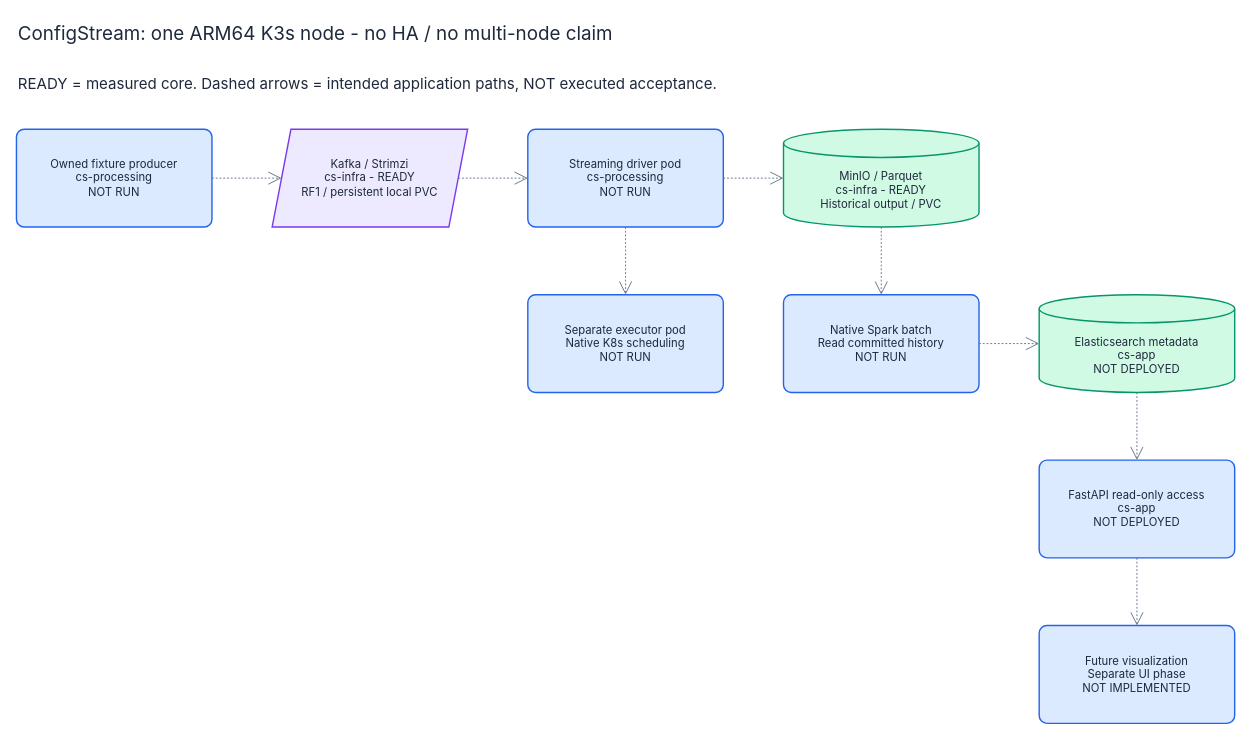
Before: docs/figures/kubernetes-architecture.drawio in DucDung-1107/ConfigStream, a draw.io diagram. Source tidied: cells renumbered, new cells numbered last; positions are measured from the earlier drawing's top-left corner, leaving out a move shared by most shapes. Both pictures are drawn from the tidied source at 94%, with x=0, y=0 at pixel (16, 16).
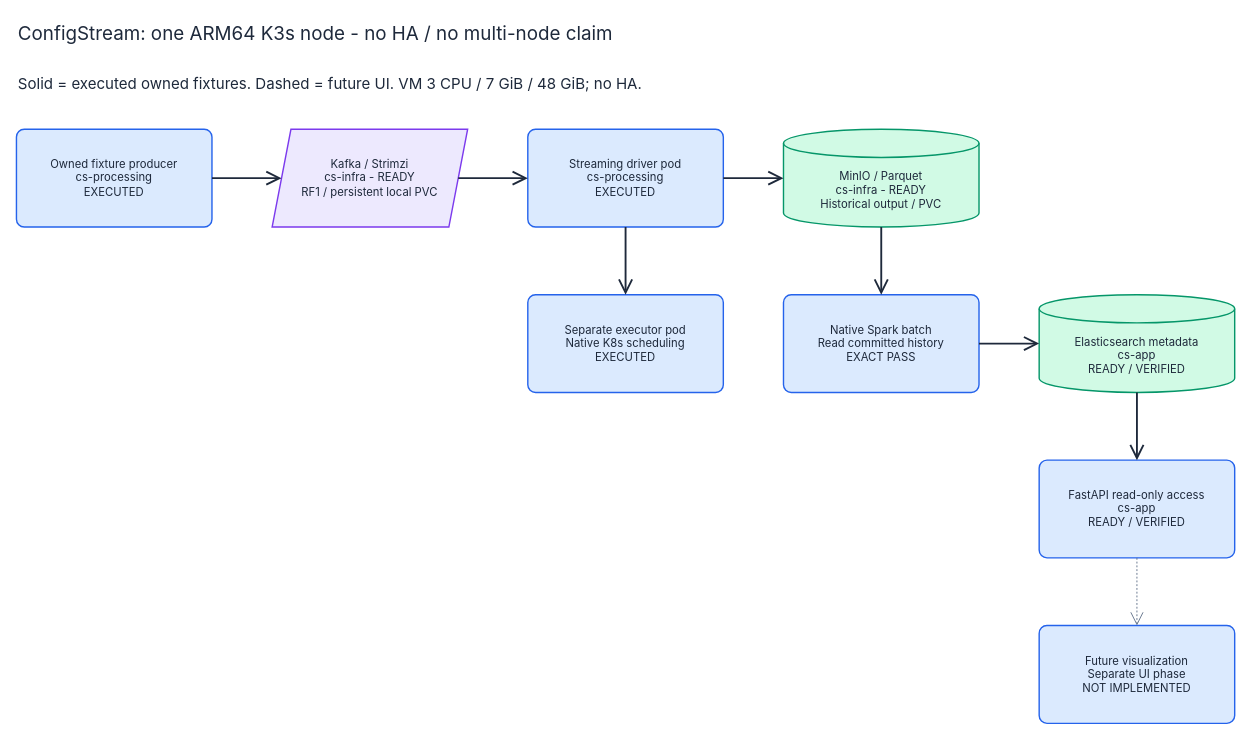
The same page after the edit.

The change refers to these unchanged cells:
```xml
<mxCell id="5" value="Kafka / Strimzi&lt;br&gt;cs-infra - READY&lt;br&gt;RF1 / persistent local PVC" style="shape=parallelogram;perimeter=parallelogramPerimeter;fixedSize=1;html=1;whiteSpace=wrap;fillColor=#EDE9FE;strokeColor=#7C3AED;strokeWidth=1.5;fontColor=#1E293B;fontSize=12;fontFamily=Inter, Roboto, system-ui, -apple-system, sans-serif;verticalAlign=middle;align=center;" parent="1" vertex="1">
  <mxGeometry x="272" y="120" width="208" height="104" as="geometry" />
</mxCell>
<mxCell id="8" value="MinIO / Parquet&lt;br&gt;cs-infra - READY&lt;br&gt;Historical output / PVC" style="shape=cylinder3;boundedLbl=1;backgroundOutline=1;size=15;html=1;whiteSpace=wrap;fillColor=#D1FAE5;strokeColor=#059669;strokeWidth=1.5;fontColor=#1E293B;fontSize=12;fontFamily=Inter, Roboto, system-ui, -apple-system, sans-serif;verticalAlign=middle;align=center;" parent="1" vertex="1">
  <mxGeometry x="816" y="120" width="208" height="104" as="geometry" />
</mxCell>
```

The edit, as a diff of the source:
```diff
@@
-    <mxCell id="3" value="READY = measured core. Dashed arrows = intended application paths, NOT executed acceptance." style="text;html=1;whiteSpace=wrap;labelBackgroundColor=none;fillColor=none;strokeColor=none;strokeWidth=0;fontColor=#1E293B;fontSize=16;fontFamily=Inter, Roboto, system-ui, -apple-system, sans-serif;align=left;verticalAlign=top;" parent="1" vertex="1">
+    <mxCell id="3" value="Solid = executed owned fixtures. Dashed = future UI. VM 3 CPU / 7 GiB / 48 GiB; no HA." style="text;html=1;whiteSpace=wrap;labelBackgroundColor=none;fillColor=none;strokeColor=none;strokeWidth=0;fontColor=#1E293B;fontSize=16;fontFamily=Inter, Roboto, system-ui, -apple-system, sans-serif;align=left;verticalAlign=top;" parent="1" vertex="1">
       <mxGeometry y="56" width="1296" height="32" as="geometry" />
     </mxCell>
-    <mxCell id="4" value="Owned fixture producer&lt;br&gt;cs-processing&lt;br&gt;NOT RUN" style="rounded=1;arcSize=8;html=1;whiteSpace=wrap;fillColor=#DBEAFE;strokeColor=#2563EB;strokeWidth=1.5;fontColor=#1E293B;fontSize=12;fontFamily=Inter, Roboto, system-ui, -apple-system, sans-serif;verticalAlign=middle;align=center;" parent="1" vertex="1">
+    <mxCell id="4" value="Owned fixture producer&lt;br&gt;cs-processing&lt;br&gt;EXECUTED" style="rounded=1;arcSize=8;html=1;whiteSpace=wrap;fillColor=#DBEAFE;strokeColor=#2563EB;strokeWidth=1.5;fontColor=#1E293B;fontSize=12;fontFamily=Inter, Roboto, system-ui, -apple-system, sans-serif;verticalAlign=middle;align=center;" parent="1" vertex="1">
       <mxGeometry y="120" width="208" height="104" as="geometry" />
     </mxCell>
@@
-    <mxCell id="6" value="Streaming driver pod&lt;br&gt;cs-processing&lt;br&gt;NOT RUN" style="rounded=1;arcSize=8;html=1;whiteSpace=wrap;fillColor=#DBEAFE;strokeColor=#2563EB;strokeWidth=1.5;fontColor=#1E293B;fontSize=12;fontFamily=Inter, Roboto, system-ui, -apple-system, sans-serif;verticalAlign=middle;align=center;" parent="1" vertex="1">
+    <mxCell id="6" value="Streaming driver pod&lt;br&gt;cs-processing&lt;br&gt;EXECUTED" style="rounded=1;arcSize=8;html=1;whiteSpace=wrap;fillColor=#DBEAFE;strokeColor=#2563EB;strokeWidth=1.5;fontColor=#1E293B;fontSize=12;fontFamily=Inter, Roboto, system-ui, -apple-system, sans-serif;verticalAlign=middle;align=center;" parent="1" vertex="1">
       <mxGeometry x="544" y="120" width="208" height="104" as="geometry" />
     </mxCell>
-    <mxCell id="7" value="Separate executor pod&lt;br&gt;Native K8s scheduling&lt;br&gt;NOT RUN" style="rounded=1;arcSize=8;html=1;whiteSpace=wrap;fillColor=#DBEAFE;strokeColor=#2563EB;strokeWidth=1.5;fontColor=#1E293B;fontSize=12;fontFamily=Inter, Roboto, system-ui, -apple-system, sans-serif;verticalAlign=middle;align=center;" parent="1" vertex="1">
+    <mxCell id="7" value="Separate executor pod&lt;br&gt;Native K8s scheduling&lt;br&gt;EXECUTED" style="rounded=1;arcSize=8;html=1;whiteSpace=wrap;fillColor=#DBEAFE;strokeColor=#2563EB;strokeWidth=1.5;fontColor=#1E293B;fontSize=12;fontFamily=Inter, Roboto, system-ui, -apple-system, sans-serif;verticalAlign=middle;align=center;" parent="1" vertex="1">
       <mxGeometry x="544" y="296" width="208" height="104" as="geometry" />
     </mxCell>
@@
-    <mxCell id="9" value="Native Spark batch&lt;br&gt;Read committed history&lt;br&gt;NOT RUN" style="rounded=1;arcSize=8;html=1;whiteSpace=wrap;fillColor=#DBEAFE;strokeColor=#2563EB;strokeWidth=1.5;fontColor=#1E293B;fontSize=12;fontFamily=Inter, Roboto, system-ui, -apple-system, sans-serif;verticalAlign=middle;align=center;" parent="1" vertex="1">
+    <mxCell id="9" value="Native Spark batch&lt;br&gt;Read committed history&lt;br&gt;EXACT PASS" style="rounded=1;arcSize=8;html=1;whiteSpace=wrap;fillColor=#DBEAFE;strokeColor=#2563EB;strokeWidth=1.5;fontColor=#1E293B;fontSize=12;fontFamily=Inter, Roboto, system-ui, -apple-system, sans-serif;verticalAlign=middle;align=center;" parent="1" vertex="1">
       <mxGeometry x="816" y="296" width="208" height="104" as="geometry" />
     </mxCell>
-    <mxCell id="10" value="Elasticsearch metadata&lt;br&gt;cs-app&lt;br&gt;NOT DEPLOYED" style="shape=cylinder3;boundedLbl=1;backgroundOutline=1;size=15;html=1;whiteSpace=wrap;fillColor=#D1FAE5;strokeColor=#059669;strokeWidth=1.5;fontColor=#1E293B;fontSize=12;fontFamily=Inter, Roboto, system-ui, -apple-system, sans-serif;verticalAlign=middle;align=center;" parent="1" vertex="1">
+    <mxCell id="10" value="Elasticsearch metadata&lt;br&gt;cs-app&lt;br&gt;READY / VERIFIED" style="shape=cylinder3;boundedLbl=1;backgroundOutline=1;size=15;html=1;whiteSpace=wrap;fillColor=#D1FAE5;strokeColor=#059669;strokeWidth=1.5;fontColor=#1E293B;fontSize=12;fontFamily=Inter, Roboto, system-ui, -apple-system, sans-serif;verticalAlign=middle;align=center;" parent="1" vertex="1">
       <mxGeometry x="1088" y="296" width="208" height="104" as="geometry" />
     </mxCell>
-    <mxCell id="11" value="FastAPI read-only access&lt;br&gt;cs-app&lt;br&gt;NOT DEPLOYED" style="rounded=1;arcSize=8;html=1;whiteSpace=wrap;fillColor=#DBEAFE;strokeColor=#2563EB;strokeWidth=1.5;fontColor=#1E293B;fontSize=12;fontFamily=Inter, Roboto, system-ui, -apple-system, sans-serif;verticalAlign=middle;align=center;" parent="1" vertex="1">
+    <mxCell id="11" value="FastAPI read-only access&lt;br&gt;cs-app&lt;br&gt;READY / VERIFIED" style="rounded=1;arcSize=8;html=1;whiteSpace=wrap;fillColor=#DBEAFE;strokeColor=#2563EB;strokeWidth=1.5;fontColor=#1E293B;fontSize=12;fontFamily=Inter, Roboto, system-ui, -apple-system, sans-serif;verticalAlign=middle;align=center;" parent="1" vertex="1">
       <mxGeometry x="1088" y="472" width="208" height="104" as="geometry" />
     </mxCell>
@@
-    <mxCell id="13" style="edgeStyle=orthogonalEdgeStyle;rounded=0;jettySize=auto;html=1;strokeColor=#64748B;strokeWidth=1;endArrow=open;endFill=0;endSize=12;exitX=1;exitY=0.5;exitDx=0;exitDy=0;entryX=0;entryY=0.5;entryDx=0;entryDy=0;dashed=1;dashPattern=2 2;jumpStyle=arc;jumpSize=8;" parent="1" edge="1" source="4" target="5">
+    <mxCell id="13" style="edgeStyle=orthogonalEdgeStyle;rounded=0;jettySize=auto;html=1;strokeColor=#1E293B;strokeWidth=2;endArrow=open;endFill=0;endSize=12;exitX=1;exitY=0.5;exitDx=0;exitDy=0;entryX=0;entryY=0.5;entryDx=0;entryDy=0;jumpStyle=arc;jumpSize=8;" parent="1" edge="1" source="4" target="5">
       <mxGeometry relative="1" as="geometry" />
     </mxCell>
-    <mxCell id="14" style="edgeStyle=orthogonalEdgeStyle;rounded=0;jettySize=auto;html=1;strokeColor=#64748B;strokeWidth=1;endArrow=open;endFill=0;endSize=12;exitX=1;exitY=0.5;exitDx=0;exitDy=0;entryX=0;entryY=0.5;entryDx=0;entryDy=0;dashed=1;dashPattern=2 2;jumpStyle=arc;jumpSize=8;" parent="1" edge="1" source="5" target="6">
+    <mxCell id="14" style="edgeStyle=orthogonalEdgeStyle;rounded=0;jettySize=auto;html=1;strokeColor=#1E293B;strokeWidth=2;endArrow=open;endFill=0;endSize=12;exitX=1;exitY=0.5;exitDx=0;exitDy=0;entryX=0;entryY=0.5;entryDx=0;entryDy=0;jumpStyle=arc;jumpSize=8;" parent="1" edge="1" source="5" target="6">
       <mxGeometry relative="1" as="geometry" />
     </mxCell>
-    <mxCell id="15" style="edgeStyle=orthogonalEdgeStyle;rounded=0;jettySize=auto;html=1;strokeColor=#64748B;strokeWidth=1;endArrow=open;endFill=0;endSize=12;exitX=0.5;exitY=1;exitDx=0;exitDy=0;entryX=0.5;entryY=0;entryDx=0;entryDy=0;dashed=1;dashPattern=2 2;jumpStyle=arc;jumpSize=8;" parent="1" edge="1" source="6" target="7">
+    <mxCell id="15" style="edgeStyle=orthogonalEdgeStyle;rounded=0;jettySize=auto;html=1;strokeColor=#1E293B;strokeWidth=2;endArrow=open;endFill=0;endSize=12;exitX=0.5;exitY=1;exitDx=0;exitDy=0;entryX=0.5;entryY=0;entryDx=0;entryDy=0;jumpStyle=arc;jumpSize=8;" parent="1" edge="1" source="6" target="7">
       <mxGeometry relative="1" as="geometry" />
     </mxCell>
-    <mxCell id="16" style="edgeStyle=orthogonalEdgeStyle;rounded=0;jettySize=auto;html=1;strokeColor=#64748B;strokeWidth=1;endArrow=open;endFill=0;endSize=12;exitX=1;exitY=0.5;exitDx=0;exitDy=0;entryX=0;entryY=0.5;entryDx=0;entryDy=0;dashed=1;dashPattern=2 2;jumpStyle=arc;jumpSize=8;" parent="1" edge="1" source="6" target="8">
+    <mxCell id="16" style="edgeStyle=orthogonalEdgeStyle;rounded=0;jettySize=auto;html=1;strokeColor=#1E293B;strokeWidth=2;endArrow=open;endFill=0;endSize=12;exitX=1;exitY=0.5;exitDx=0;exitDy=0;entryX=0;entryY=0.5;entryDx=0;entryDy=0;jumpStyle=arc;jumpSize=8;" parent="1" edge="1" source="6" target="8">
       <mxGeometry relative="1" as="geometry" />
     </mxCell>
-    <mxCell id="17" style="edgeStyle=orthogonalEdgeStyle;rounded=0;jettySize=auto;html=1;strokeColor=#64748B;strokeWidth=1;endArrow=open;endFill=0;endSize=12;exitX=0.5;exitY=1;exitDx=0;exitDy=0;entryX=0.5;entryY=0;entryDx=0;entryDy=0;dashed=1;dashPattern=2 2;jumpStyle=arc;jumpSize=8;" parent="1" edge="1" source="8" target="9">
+    <mxCell id="17" style="edgeStyle=orthogonalEdgeStyle;rounded=0;jettySize=auto;html=1;strokeColor=#1E293B;strokeWidth=2;endArrow=open;endFill=0;endSize=12;exitX=0.5;exitY=1;exitDx=0;exitDy=0;entryX=0.5;entryY=0;entryDx=0;entryDy=0;jumpStyle=arc;jumpSize=8;" parent="1" edge="1" source="8" target="9">
       <mxGeometry relative="1" as="geometry" />
     </mxCell>
-    <mxCell id="18" style="edgeStyle=orthogonalEdgeStyle;rounded=0;jettySize=auto;html=1;strokeColor=#64748B;strokeWidth=1;endArrow=open;endFill=0;endSize=12;exitX=1;exitY=0.5;exitDx=0;exitDy=0;entryX=0;entryY=0.5;entryDx=0;entryDy=0;dashed=1;dashPattern=2 2;jumpStyle=arc;jumpSize=8;" parent="1" edge="1" source="9" target="10">
+    <mxCell id="18" style="edgeStyle=orthogonalEdgeStyle;rounded=0;jettySize=auto;html=1;strokeColor=#1E293B;strokeWidth=2;endArrow=open;endFill=0;endSize=12;exitX=1;exitY=0.5;exitDx=0;exitDy=0;entryX=0;entryY=0.5;entryDx=0;entryDy=0;jumpStyle=arc;jumpSize=8;" parent="1" edge="1" source="9" target="10">
       <mxGeometry relative="1" as="geometry" />
     </mxCell>
-    <mxCell id="19" style="edgeStyle=orthogonalEdgeStyle;rounded=0;jettySize=auto;html=1;strokeColor=#64748B;strokeWidth=1;endArrow=open;endFill=0;endSize=12;exitX=0.5;exitY=1;exitDx=0;exitDy=0;entryX=0.5;entryY=0;entryDx=0;entryDy=0;dashed=1;dashPattern=2 2;jumpStyle=arc;jumpSize=8;" parent="1" edge="1" source="10" target="11">
+    <mxCell id="19" style="edgeStyle=orthogonalEdgeStyle;rounded=0;jettySize=auto;html=1;strokeColor=#1E293B;strokeWidth=2;endArrow=open;endFill=0;endSize=12;exitX=0.5;exitY=1;exitDx=0;exitDy=0;entryX=0.5;entryY=0;entryDx=0;entryDy=0;jumpStyle=arc;jumpSize=8;" parent="1" edge="1" source="10" target="11">
       <mxGeometry relative="1" as="geometry" />
     </mxCell>
```
